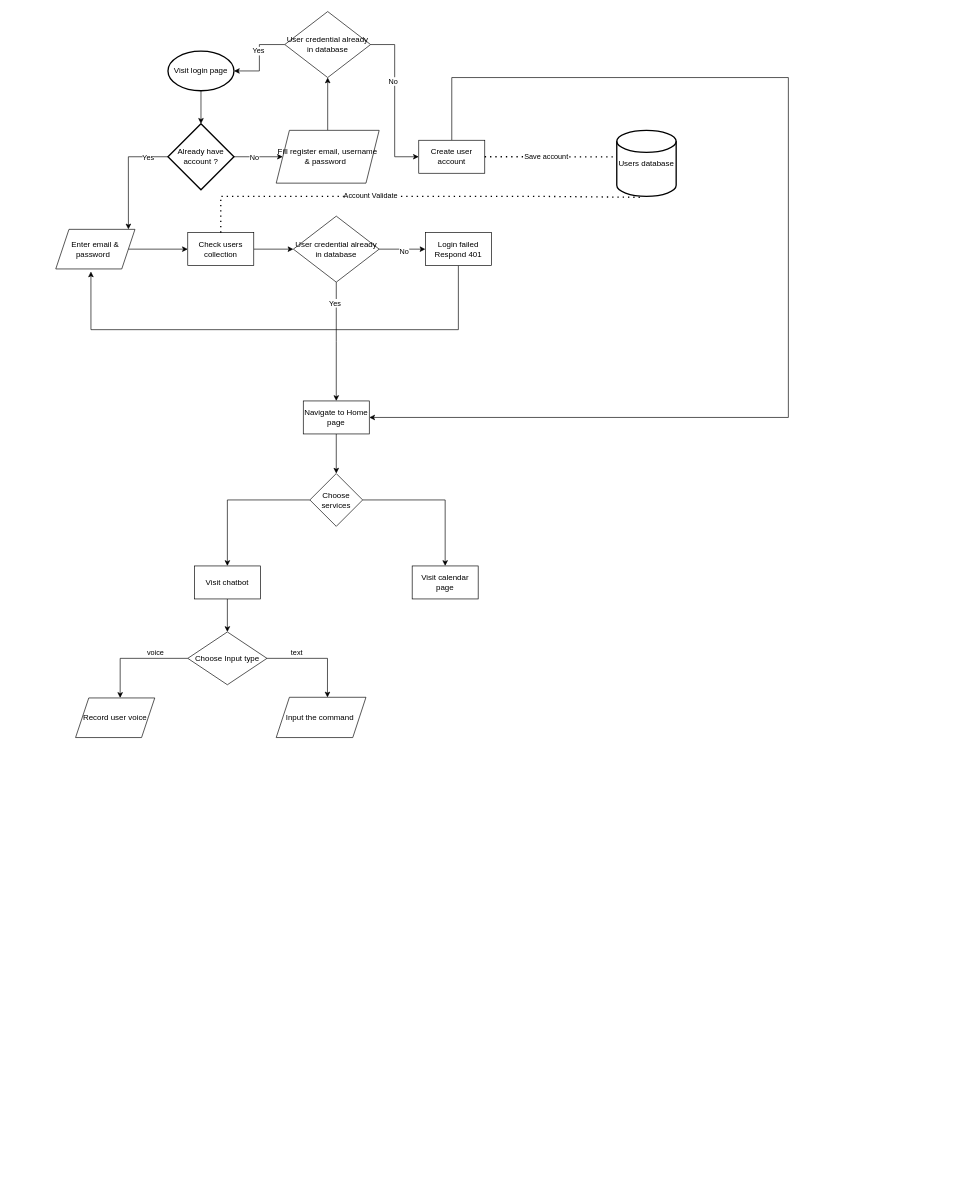
This is Biểu đồ không có tiêu đề.drawio from FanchonSora/V-Assistant, a draw.io file, before an edit. Source tidied: cells renumbered, new cells numbered last; positions are measured from the earlier drawing's top-left corner, leaving out a move shared by most shapes. Both pictures are drawn from the tidied source at 66%, with x=0, y=0 at pixel (55, 11).
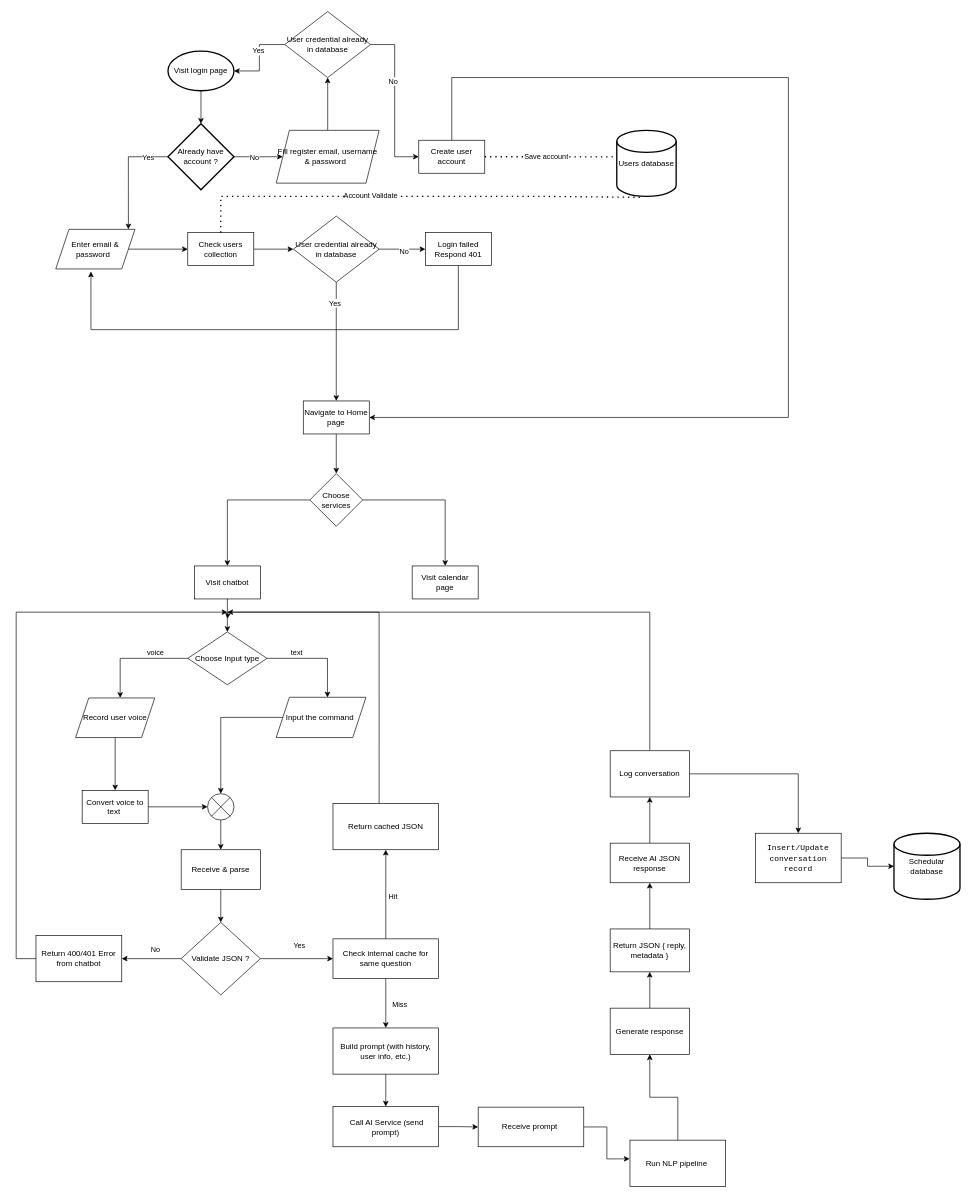
After the change.

Commit message:
Cập nhật Biểu đồ không có tiêu đề.drawio

The change refers to these unchanged cells:
```xml
<mxCell id="43" value="Record user voice" style="shape=parallelogram;perimeter=parallelogramPerimeter;whiteSpace=wrap;html=1;fixedSize=1;" parent="1" vertex="1">
  <mxGeometry x="30" y="1040" width="120" height="60" as="geometry" />
</mxCell>
<mxCell id="46" value="Input the command&amp;nbsp;" style="shape=parallelogram;perimeter=parallelogramPerimeter;whiteSpace=wrap;html=1;fixedSize=1;" parent="1" vertex="1">
  <mxGeometry x="334" y="1039" width="136" height="61" as="geometry" />
</mxCell>
```

Diff of the diagram source:
```diff
@@
+    <mxCell id="49" style="edgeStyle=orthogonalEdgeStyle;rounded=0;jettySize=auto;html=1;entryX=0.5;entryY=0;entryDx=0;entryDy=0;" parent="1" edge="1" source="43" target="51">
+      <mxGeometry relative="1" as="geometry" />
+    </mxCell>
@@
+    <mxCell id="50" style="edgeStyle=orthogonalEdgeStyle;rounded=0;jettySize=auto;html=1;" parent="1" edge="1" source="51" target="53">
+      <mxGeometry relative="1" as="geometry" />
+    </mxCell>
+    <mxCell id="51" value="Convert voice to text&amp;nbsp;" style="html=1;dashed=0;whiteSpace=wrap;" parent="1" vertex="1">
+      <mxGeometry x="40" y="1180" width="100" height="50" as="geometry" />
+    </mxCell>
+    <mxCell id="52" style="edgeStyle=orthogonalEdgeStyle;rounded=0;jettySize=auto;html=1;entryX=0.5;entryY=0;entryDx=0;entryDy=0;" parent="1" edge="1" source="53" target="56">
+      <mxGeometry relative="1" as="geometry" />
+    </mxCell>
+    <mxCell id="53" style="verticalLabelPosition=bottom;verticalAlign=top;html=1;shape=mxgraph.flowchart.or;" parent="1" vertex="1">
+      <mxGeometry x="230" y="1185" width="40" height="40" as="geometry" />
+    </mxCell>
+    <mxCell id="54" style="edgeStyle=orthogonalEdgeStyle;rounded=0;jettySize=auto;html=1;entryX=0.5;entryY=0;entryDx=0;entryDy=0;entryPerimeter=0;" parent="1" edge="1" source="46" target="53">
+      <mxGeometry relative="1" as="geometry" />
+    </mxCell>
+    <mxCell id="55" style="edgeStyle=orthogonalEdgeStyle;rounded=0;jettySize=auto;html=1;entryX=0.5;entryY=0;entryDx=0;entryDy=0;" parent="1" edge="1" source="56" target="59">
+      <mxGeometry relative="1" as="geometry" />
+    </mxCell>
+    <mxCell id="56" value="Receive &amp;amp; parse" style="rounded=0;whiteSpace=wrap;html=1;" parent="1" vertex="1">
+      <mxGeometry x="190" y="1270" width="120" height="60" as="geometry" />
+    </mxCell>
+    <mxCell id="57" style="edgeStyle=orthogonalEdgeStyle;rounded=0;jettySize=auto;html=1;entryX=1;entryY=0.5;entryDx=0;entryDy=0;" parent="1" edge="1" source="59" target="61">
+      <mxGeometry relative="1" as="geometry" />
+    </mxCell>
+    <mxCell id="58" value="No" style="edgeLabel;html=1;align=center;verticalAlign=middle;" parent="57" vertex="1">
+      <mxGeometry x="-0.24" y="-2" relative="1" as="geometry">
+        <mxPoint x="-6" y="-13" as="offset" />
+      </mxGeometry>
+    </mxCell>
+    <mxCell id="59" value="Validate JSON ?" style="rhombus;whiteSpace=wrap;html=1;" parent="1" vertex="1">
+      <mxGeometry x="190" y="1380" width="120" height="110" as="geometry" />
+    </mxCell>
+    <mxCell id="60" style="edgeStyle=orthogonalEdgeStyle;rounded=0;jettySize=auto;html=1;" parent="1" edge="1" source="61">
+      <mxGeometry relative="1" as="geometry">
+        <mxPoint x="260" y="910" as="targetPoint" />
+        <Array as="points">
+          <mxPoint x="-60" y="1435" />
+          <mxPoint x="-60" y="910" />
+        </Array>
+      </mxGeometry>
+    </mxCell>
+    <mxCell id="61" value="Return 400/401 Error from chatbot" style="html=1;dashed=0;whiteSpace=wrap;" parent="1" vertex="1">
+      <mxGeometry x="-30" y="1400" width="130" height="70" as="geometry" />
+    </mxCell>
+    <mxCell id="62" style="edgeStyle=orthogonalEdgeStyle;rounded=0;jettySize=auto;html=1;" parent="1" edge="1" source="70" target="67">
+      <mxGeometry relative="1" as="geometry" />
+    </mxCell>
+    <mxCell id="63" value="Hit" style="edgeLabel;html=1;align=center;verticalAlign=middle;" parent="62" vertex="1">
+      <mxGeometry x="-0.16" y="2" relative="1" as="geometry">
+        <mxPoint x="12" y="-8" as="offset" />
+      </mxGeometry>
+    </mxCell>
+    <mxCell id="64" style="edgeStyle=orthogonalEdgeStyle;rounded=0;jettySize=auto;html=1;" parent="1" edge="1" source="59" target="70">
+      <mxGeometry relative="1" as="geometry" />
+    </mxCell>
+    <mxCell id="65" value="Yes" style="edgeLabel;html=1;align=center;verticalAlign=middle;" parent="64" vertex="1">
+      <mxGeometry x="0.05" y="-3" relative="1" as="geometry">
+        <mxPoint y="-23" as="offset" />
+      </mxGeometry>
+    </mxCell>
+    <mxCell id="66" style="edgeStyle=orthogonalEdgeStyle;rounded=0;jettySize=auto;html=1;exitX=0.437;exitY=0.045;exitDx=0;exitDy=0;exitPerimeter=0;" parent="1" edge="1" source="67">
+      <mxGeometry relative="1" as="geometry">
+        <mxPoint x="260" y="910" as="targetPoint" />
+        <Array as="points">
+          <mxPoint x="490" y="910" />
+        </Array>
+      </mxGeometry>
+    </mxCell>
+    <mxCell id="67" value="Return cached JSON" style="html=1;dashed=0;whiteSpace=wrap;" parent="1" vertex="1">
+      <mxGeometry x="420" y="1200" width="160" height="70" as="geometry" />
+    </mxCell>
+    <mxCell id="68" style="edgeStyle=orthogonalEdgeStyle;rounded=0;jettySize=auto;html=1;entryX=0.5;entryY=0;entryDx=0;entryDy=0;" parent="1" edge="1" source="70" target="72">
+      <mxGeometry relative="1" as="geometry" />
+    </mxCell>
+    <mxCell id="69" value="Miss" style="edgeLabel;html=1;align=center;verticalAlign=middle;" parent="68" vertex="1">
+      <mxGeometry x="0.01" y="1" relative="1" as="geometry">
+        <mxPoint x="19" as="offset" />
+      </mxGeometry>
+    </mxCell>
+    <mxCell id="70" value="Check internal cache for same question" style="html=1;dashed=0;whiteSpace=wrap;" parent="1" vertex="1">
+      <mxGeometry x="420" y="1405" width="160" height="60" as="geometry" />
+    </mxCell>
+    <mxCell id="71" style="edgeStyle=orthogonalEdgeStyle;rounded=0;jettySize=auto;html=1;entryX=0.5;entryY=0;entryDx=0;entryDy=0;" parent="1" edge="1" source="72" target="74">
+      <mxGeometry relative="1" as="geometry" />
+    </mxCell>
+    <mxCell id="72" value="Build prompt (with history, user info, etc.)" style="rounded=0;whiteSpace=wrap;html=1;" parent="1" vertex="1">
+      <mxGeometry x="420" y="1540" width="160" height="70" as="geometry" />
+    </mxCell>
+    <mxCell id="73" style="edgeStyle=orthogonalEdgeStyle;rounded=0;jettySize=auto;html=1;entryX=0;entryY=0.5;entryDx=0;entryDy=0;" parent="1" edge="1" source="74" target="75">
+      <mxGeometry relative="1" as="geometry" />
+    </mxCell>
+    <mxCell id="74" value="&amp;nbsp;Call AI Service (send prompt)" style="html=1;dashed=0;whiteSpace=wrap;" parent="1" vertex="1">
+      <mxGeometry x="420" y="1659" width="160" height="61" as="geometry" />
+    </mxCell>
+    <mxCell id="75" value="Receive prompt&amp;nbsp;" style="html=1;dashed=0;whiteSpace=wrap;" parent="1" vertex="1">
+      <mxGeometry x="640" y="1660" width="160" height="60" as="geometry" />
+    </mxCell>
+    <mxCell id="76" style="edgeStyle=orthogonalEdgeStyle;rounded=0;jettySize=auto;html=1;" parent="1" edge="1" source="77" target="80">
+      <mxGeometry relative="1" as="geometry" />
+    </mxCell>
+    <mxCell id="77" value="Run NLP pipeline&amp;nbsp;" style="html=1;dashed=0;whiteSpace=wrap;" parent="1" vertex="1">
+      <mxGeometry x="870" y="1710" width="145" height="70" as="geometry" />
+    </mxCell>
+    <mxCell id="78" style="edgeStyle=orthogonalEdgeStyle;rounded=0;jettySize=auto;html=1;entryX=-0.004;entryY=0.405;entryDx=0;entryDy=0;entryPerimeter=0;" parent="1" edge="1" source="75" target="77">
+      <mxGeometry relative="1" as="geometry" />
+    </mxCell>
+    <mxCell id="79" style="edgeStyle=orthogonalEdgeStyle;rounded=0;jettySize=auto;html=1;entryX=0.5;entryY=1;entryDx=0;entryDy=0;" parent="1" edge="1" source="80" target="82">
+      <mxGeometry relative="1" as="geometry" />
+    </mxCell>
+    <mxCell id="80" value="Generate response" style="html=1;dashed=0;whiteSpace=wrap;" parent="1" vertex="1">
+      <mxGeometry x="840" y="1510" width="120" height="70" as="geometry" />
+    </mxCell>
+    <mxCell id="81" style="edgeStyle=orthogonalEdgeStyle;rounded=0;jettySize=auto;html=1;" parent="1" edge="1" source="82" target="84">
+      <mxGeometry relative="1" as="geometry" />
+    </mxCell>
+    <mxCell id="82" value="Return JSON { reply, metadata }" style="html=1;dashed=0;whiteSpace=wrap;" parent="1" vertex="1">
+      <mxGeometry x="840" y="1390" width="120" height="65" as="geometry" />
+    </mxCell>
+    <mxCell id="83" style="edgeStyle=orthogonalEdgeStyle;rounded=0;jettySize=auto;html=1;entryX=0.5;entryY=1;entryDx=0;entryDy=0;" parent="1" edge="1" source="84" target="87">
+      <mxGeometry relative="1" as="geometry" />
+    </mxCell>
+    <mxCell id="84" value="Receive AI JSON response" style="rounded=0;whiteSpace=wrap;html=1;" parent="1" vertex="1">
+      <mxGeometry x="840" y="1260" width="120" height="60" as="geometry" />
+    </mxCell>
+    <mxCell id="85" style="edgeStyle=orthogonalEdgeStyle;rounded=0;jettySize=auto;html=1;" parent="1" edge="1" source="87" target="90">
+      <mxGeometry relative="1" as="geometry" />
+    </mxCell>
+    <mxCell id="86" style="edgeStyle=orthogonalEdgeStyle;rounded=0;jettySize=auto;html=1;" parent="1" edge="1" source="87">
+      <mxGeometry relative="1" as="geometry">
+        <mxPoint x="260" y="920" as="targetPoint" />
+        <Array as="points">
+          <mxPoint x="900" y="910" />
+          <mxPoint x="261" y="910" />
+          <mxPoint x="261" y="920" />
+        </Array>
+      </mxGeometry>
+    </mxCell>
+    <mxCell id="87" value="&amp;nbsp;Log conversation&amp;nbsp;" style="html=1;dashed=0;whiteSpace=wrap;" parent="1" vertex="1">
+      <mxGeometry x="840" y="1120" width="120" height="70" as="geometry" />
+    </mxCell>
+    <mxCell id="88" value="Schedular database" style="strokeWidth=2;html=1;shape=mxgraph.flowchart.database;whiteSpace=wrap;" parent="1" vertex="1">
+      <mxGeometry x="1270" y="1245" width="100" height="100" as="geometry" />
+    </mxCell>
+    <mxCell id="89" style="edgeStyle=orthogonalEdgeStyle;rounded=0;jettySize=auto;html=1;" parent="1" edge="1" source="90" target="88">
+      <mxGeometry relative="1" as="geometry" />
+    </mxCell>
+    <mxCell id="90" value="&lt;code&gt;Insert/Update conversation record&lt;/code&gt;" style="html=1;dashed=0;whiteSpace=wrap;" parent="1" vertex="1">
+      <mxGeometry x="1060" y="1245" width="130" height="75" as="geometry" />
+    </mxCell>
```
